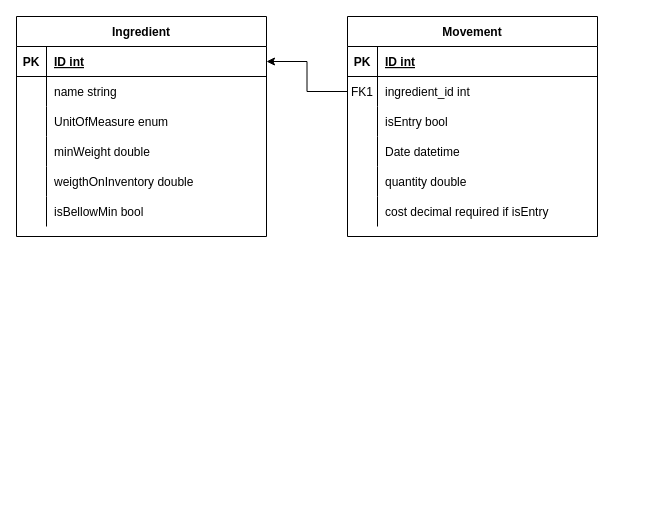
This is IMRelationalDiagram.drawio from neresandre96/InventoryManager, a draw.io file, before an edit. Source tidied: cells renumbered, new cells numbered last; positions are measured from the earlier drawing's top-left corner, leaving out a move shared by most shapes. Both pictures are drawn from the tidied source at 100%, with x=0, y=0 at pixel (16, 16).
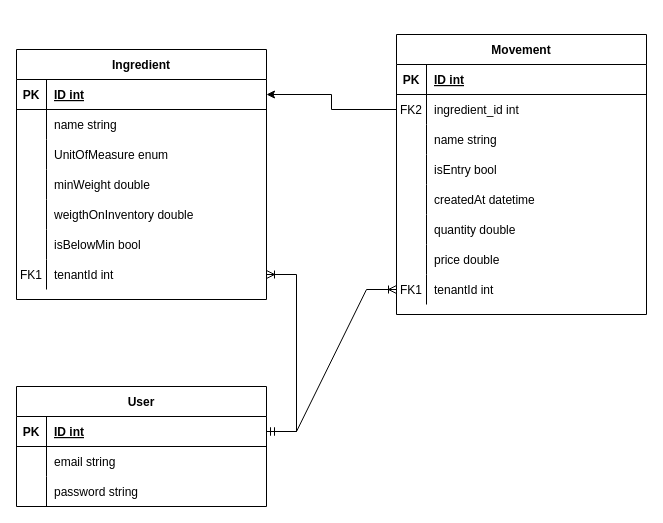
The same diagram, later.

Unchanged cells that the change refers to:
```xml
<mxCell id="6" style="shape=partialRectangle;fillColor=none;points=[[0,0.5],[1,0.5]];portConstraint=eastwest;top=0;left=0;right=0;bottom=0;" parent="2" vertex="1">
  <mxGeometry y="60" width="250" height="30" as="geometry" />
</mxCell>
<mxCell id="37" style="shape=partialRectangle;fillColor=none;top=0;left=0;right=0;bottom=0;" parent="21" vertex="1">
  <mxGeometry y="180" width="250" height="30" as="geometry" />
</mxCell>
```

What changed in the source:
```diff
@@
     <mxCell id="2" value="Movement" style="shape=table;startSize=30;childLayout=tableLayout;rowLines=0;fontStyle=1;align=center;" parent="1" vertex="1">
-      <mxGeometry x="331" width="250" height="220" as="geometry" />
+      <mxGeometry x="380" y="18" width="250" height="280" as="geometry" />
     </mxCell>
@@
-    <mxCell id="7" value="FK1" style="shape=partialRectangle;overflow=hidden;fillColor=none;top=0;left=0;bottom=0;right=0;" parent="6" vertex="1">
+    <mxCell id="7" value="FK2" style="shape=partialRectangle;overflow=hidden;fillColor=none;top=0;left=0;bottom=0;right=0;" parent="6" vertex="1">
       <mxGeometry width="30" height="30" as="geometry" />
     </mxCell>
@@
+    <mxCell id="41" style="shape=partialRectangle;fillColor=none;top=0;left=0;right=0;bottom=0;" parent="2" vertex="1">
+      <mxGeometry y="90" width="250" height="30" as="geometry" />
+    </mxCell>
+    <mxCell id="42" style="shape=partialRectangle;overflow=hidden;fillColor=none;top=0;left=0;bottom=0;right=0;" parent="41" vertex="1">
+      <mxGeometry width="30" height="30" as="geometry" />
+    </mxCell>
+    <mxCell id="43" value="name string" style="shape=partialRectangle;overflow=hidden;fillColor=none;top=0;left=0;bottom=0;right=0;align=left;spacingLeft=6;" parent="41" vertex="1">
+      <mxGeometry x="30" width="220" height="30" as="geometry" />
+    </mxCell>
     <mxCell id="9" style="shape=partialRectangle;fillColor=none;top=0;left=0;right=0;bottom=0;" parent="2" vertex="1">
-      <mxGeometry y="90" width="250" height="30" as="geometry" />
+      <mxGeometry y="120" width="250" height="30" as="geometry" />
     </mxCell>
@@
     <mxCell id="12" style="shape=partialRectangle;fillColor=none;top=0;left=0;right=0;bottom=0;" parent="2" vertex="1">
-      <mxGeometry y="120" width="250" height="30" as="geometry" />
+      <mxGeometry y="150" width="250" height="30" as="geometry" />
     </mxCell>
@@
-    <mxCell id="14" value="Date datetime" style="shape=partialRectangle;overflow=hidden;fillColor=none;top=0;left=0;bottom=0;right=0;align=left;spacingLeft=6;" parent="12" vertex="1">
+    <mxCell id="14" value="createdAt datetime" style="shape=partialRectangle;overflow=hidden;fillColor=none;top=0;left=0;bottom=0;right=0;align=left;spacingLeft=6;" parent="12" vertex="1">
       <mxGeometry x="30" width="220" height="30" as="geometry" />
     </mxCell>
     <mxCell id="15" style="shape=partialRectangle;fillColor=none;top=0;left=0;right=0;bottom=0;" parent="2" vertex="1">
-      <mxGeometry y="150" width="250" height="30" as="geometry" />
+      <mxGeometry y="180" width="250" height="30" as="geometry" />
     </mxCell>
@@
     <mxCell id="18" style="shape=partialRectangle;fillColor=none;top=0;left=0;right=0;bottom=0;" parent="2" vertex="1">
-      <mxGeometry y="180" width="250" height="30" as="geometry" />
+      <mxGeometry y="210" width="250" height="30" as="geometry" />
     </mxCell>
@@
-    <mxCell id="20" value="cost decimal required if isEntry" style="shape=partialRectangle;overflow=hidden;fillColor=none;top=0;left=0;bottom=0;right=0;align=left;spacingLeft=6;" parent="18" vertex="1">
+    <mxCell id="20" value="price double" style="shape=partialRectangle;overflow=hidden;fillColor=none;top=0;left=0;bottom=0;right=0;align=left;spacingLeft=6;" parent="18" vertex="1">
       <mxGeometry x="30" width="220" height="30" as="geometry" />
     </mxCell>
+    <mxCell id="44" style="shape=partialRectangle;fillColor=none;points=[[0,0.5],[1,0.5]];portConstraint=eastwest;top=0;left=0;right=0;bottom=0;" parent="2" vertex="1">
+      <mxGeometry y="240" width="250" height="30" as="geometry" />
+    </mxCell>
+    <mxCell id="45" value="FK1" style="shape=partialRectangle;overflow=hidden;fillColor=none;top=0;left=0;bottom=0;right=0;" parent="44" vertex="1">
+      <mxGeometry width="30" height="30" as="geometry" />
+    </mxCell>
+    <mxCell id="46" value="tenantId int" style="shape=partialRectangle;overflow=hidden;fillColor=none;top=0;left=0;bottom=0;right=0;align=left;spacingLeft=6;" parent="44" vertex="1">
+      <mxGeometry x="30" width="220" height="30" as="geometry" />
+    </mxCell>
     <mxCell id="21" value="Ingredient" style="shape=table;startSize=30;childLayout=tableLayout;rowLines=0;fontStyle=1;align=center;" parent="1" vertex="1">
-      <mxGeometry width="250" height="220" as="geometry" />
+      <mxGeometry y="33" width="250" height="250" as="geometry" />
     </mxCell>
@@
-    <mxCell id="39" value="isBellowMin bool" style="shape=partialRectangle;overflow=hidden;fillColor=none;top=0;left=0;bottom=0;right=0;align=left;spacingLeft=6;" parent="37" vertex="1">
+    <mxCell id="39" value="isBelowMin bool" style="shape=partialRectangle;overflow=hidden;fillColor=none;top=0;left=0;bottom=0;right=0;align=left;spacingLeft=6;" parent="37" vertex="1">
       <mxGeometry x="30" width="220" height="30" as="geometry" />
     </mxCell>
+    <mxCell id="47" style="shape=partialRectangle;fillColor=none;points=[[0,0.5],[1,0.5]];portConstraint=eastwest;top=0;left=0;right=0;bottom=0;" parent="21" vertex="1">
+      <mxGeometry y="210" width="250" height="30" as="geometry" />
+    </mxCell>
+    <mxCell id="48" value="FK1" style="shape=partialRectangle;overflow=hidden;fillColor=none;top=0;left=0;bottom=0;right=0;" parent="47" vertex="1">
+      <mxGeometry width="30" height="30" as="geometry" />
+    </mxCell>
+    <mxCell id="49" value="tenantId int" style="shape=partialRectangle;overflow=hidden;fillColor=none;top=0;left=0;bottom=0;right=0;align=left;spacingLeft=6;" parent="47" vertex="1">
+      <mxGeometry x="30" width="220" height="30" as="geometry" />
+    </mxCell>
@@
+    <mxCell id="50" value="User" style="shape=table;startSize=30;childLayout=tableLayout;rowLines=0;fontStyle=1;align=center;" parent="1" vertex="1">
+      <mxGeometry y="370" width="250" height="120" as="geometry" />
+    </mxCell>
+    <mxCell id="51" style="shape=partialRectangle;fillColor=none;points=[[0,0.5],[1,0.5]];portConstraint=eastwest;top=0;left=0;right=0;bottom=1;" parent="50" vertex="1">
+      <mxGeometry y="30" width="250" height="30" as="geometry" />
+    </mxCell>
+    <mxCell id="52" value="PK" style="shape=partialRectangle;overflow=hidden;fillColor=none;top=0;left=0;bottom=0;right=0;fontStyle=1;" parent="51" vertex="1">
+      <mxGeometry width="30" height="30" as="geometry" />
+    </mxCell>
+    <mxCell id="53" value="ID int" style="shape=partialRectangle;overflow=hidden;fillColor=none;top=0;left=0;bottom=0;right=0;align=left;spacingLeft=6;fontStyle=5;" parent="51" vertex="1">
+      <mxGeometry x="30" width="220" height="30" as="geometry" />
+    </mxCell>
+    <mxCell id="54" style="shape=partialRectangle;fillColor=none;top=0;left=0;right=0;bottom=0;" parent="50" vertex="1">
+      <mxGeometry y="60" width="250" height="30" as="geometry" />
+    </mxCell>
+    <mxCell id="55" style="shape=partialRectangle;overflow=hidden;fillColor=none;top=0;left=0;bottom=0;right=0;" parent="54" vertex="1">
+      <mxGeometry width="30" height="30" as="geometry" />
+    </mxCell>
+    <mxCell id="56" value="email string" style="shape=partialRectangle;overflow=hidden;fillColor=none;top=0;left=0;bottom=0;right=0;align=left;spacingLeft=6;" parent="54" vertex="1">
+      <mxGeometry x="30" width="220" height="30" as="geometry" />
+    </mxCell>
+    <mxCell id="57" style="shape=partialRectangle;fillColor=none;top=0;left=0;right=0;bottom=0;" parent="50" vertex="1">
+      <mxGeometry y="90" width="250" height="30" as="geometry" />
+    </mxCell>
+    <mxCell id="58" style="shape=partialRectangle;overflow=hidden;fillColor=none;top=0;left=0;bottom=0;right=0;" parent="57" vertex="1">
+      <mxGeometry width="30" height="30" as="geometry" />
+    </mxCell>
+    <mxCell id="59" value="password string" style="shape=partialRectangle;overflow=hidden;fillColor=none;top=0;left=0;bottom=0;right=0;align=left;spacingLeft=6;" parent="57" vertex="1">
+      <mxGeometry x="30" width="220" height="30" as="geometry" />
+    </mxCell>
+    <mxCell id="60" style="edgeStyle=entityRelationEdgeStyle;fontSize=12;html=1;endArrow=ERoneToMany;startArrow=ERmandOne;rounded=0;exitX=1;exitY=0.5;exitDx=0;exitDy=0;" parent="1" edge="1" source="51" target="44">
+      <mxGeometry relative="1" as="geometry" />
+    </mxCell>
+    <mxCell id="61" style="edgeStyle=entityRelationEdgeStyle;fontSize=12;html=1;endArrow=ERoneToMany;startArrow=ERmandOne;rounded=0;exitX=1;exitY=0.5;exitDx=0;exitDy=0;" parent="1" edge="1" source="51" target="47">
+      <mxGeometry relative="1" as="geometry" />
+    </mxCell>
```
